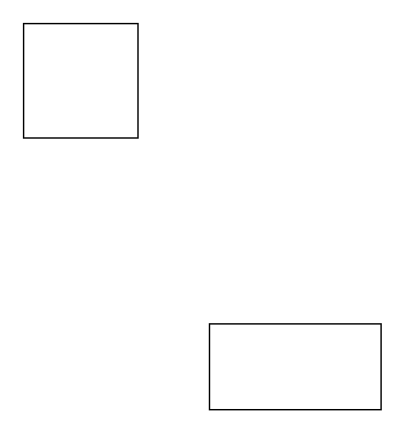
Above: Linux Basics for Hackers.drawio in naveed-a-sattar/linuxForHackers (draw.io), before the change. Source tidied: cells renumbered, new cells numbered last; positions are measured from the earlier drawing's top-left corner, leaving out a move shared by most shapes. Both pictures are drawn from the tidied source at 143%, with x=0, y=0 at pixel (23, 23).
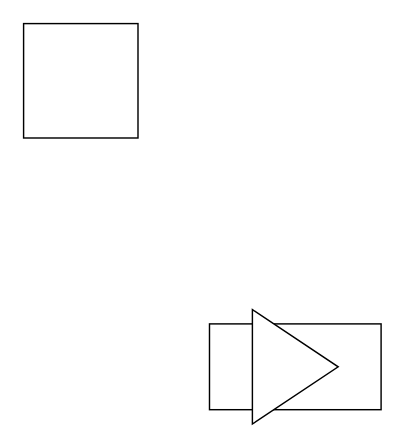
The same diagram, later.

What changed in the source:
```diff
@@
 <mxGraphModel>
   <root>
     <mxCell id="0" />
     <mxCell id="1" parent="0" />
     <mxCell id="2" style="rounded=0;whiteSpace=wrap;html=1;" parent="1" vertex="1">
       <mxGeometry x="130" y="210" width="120" height="60" as="geometry" />
     </mxCell>
     <mxCell id="3" style="whiteSpace=wrap;html=1;" parent="1" vertex="1">
       <mxGeometry width="80" height="80" as="geometry" />
     </mxCell>
+    <mxCell id="4" style="triangle;whiteSpace=wrap;html=1;" parent="1" vertex="1">
+      <mxGeometry x="160" y="200" width="60" height="80" as="geometry" />
+    </mxCell>
   </root>
 </mxGraphModel>
```
